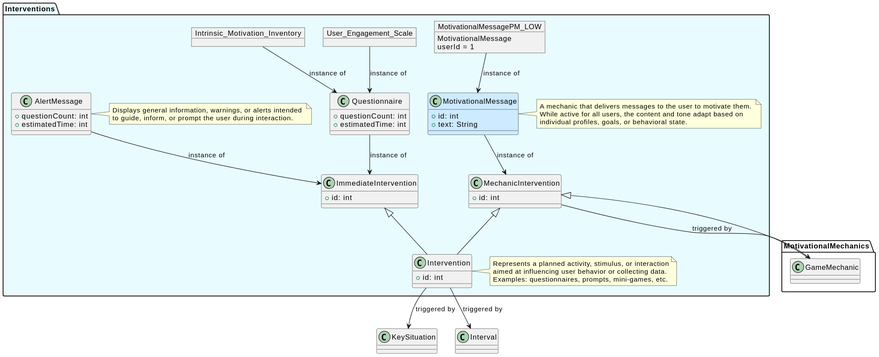
Earlier version of the PlantUML export out/packages/interventions/interventions.svg (Maks-stack/ontology).
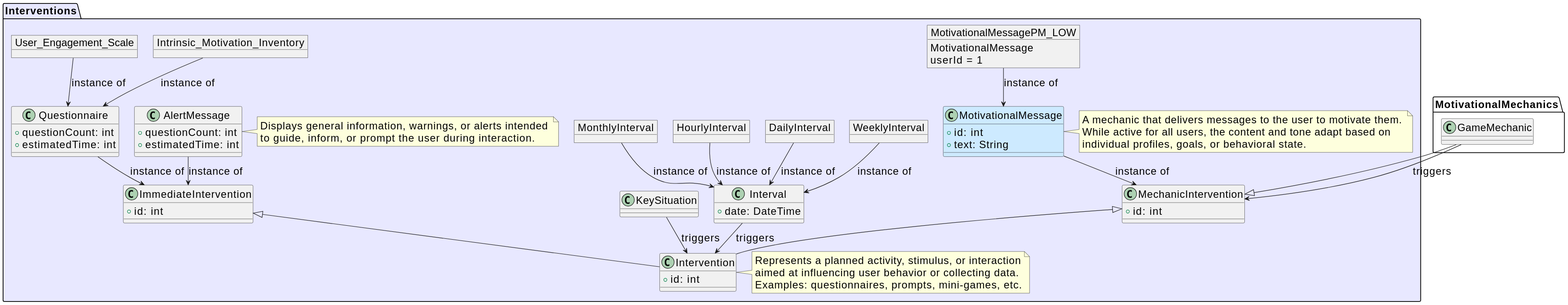
The same diagram one commit later.

What changed in the source:
```diff
@@ -1,13 +1,20 @@
 @startuml
-package Interventions #e8fcffff {
+skinparam defaultFontSize 20
+skinparam nodesep 30
+skinparam ranksep 30
+
+
+package Interventions #e8e8ffff {
   class Intervention {
     +id: int
   }
+  KeySituation --> Intervention: "triggers"
+  Interval --> Intervention : "triggers"
 
   class MechanicIntervention {
     +id: int
   }
-   class ImmediateIntervention  {
+    class ImmediateIntervention  {
     +id: int
   }
 
@@ -60,10 +67,24 @@
   MotivationalMessagePM_LOW : MotivationalMessage
   MotivationalMessagePM_LOW : userId = 1
   MotivationalMessagePM_LOW --> MotivationalMessage : "instance of"
+
+  class Interval{
+    +date: DateTime
+  }
+
+  object DailyInterval
+  DailyInterval --> Interval : "instance of"
+
+  object WeeklyInterval
+  WeeklyInterval --> Interval : "instance of"
+
+  object MonthlyInterval
+  MonthlyInterval --> Interval : "instance of"
+
+  object HourlyInterval
+  HourlyInterval --> Interval : "instance of"
 }
-Intervention --> KeySituation : "triggered by"
-Intervention --> Interval : "triggered by"
 
 MotivationalMechanics.GameMechanic --|>  Interventions.MechanicIntervention
-Interventions.MechanicIntervention --> MotivationalMechanics.GameMechanic : "triggered by"
+MotivationalMechanics.GameMechanic --> Interventions.MechanicIntervention : "triggers"
 @enduml
```
